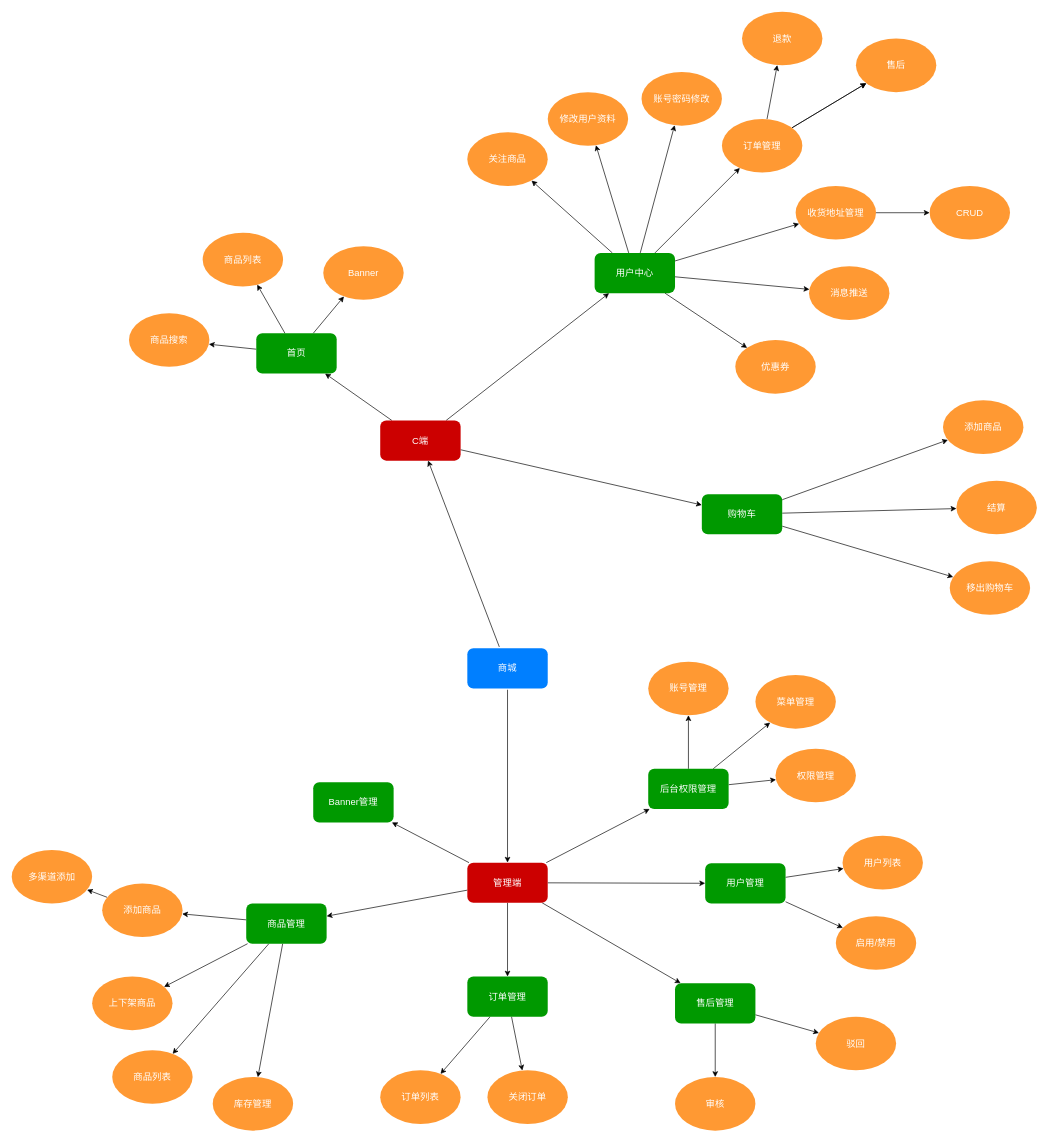
Earlier version of the draw.io diagram 产品功能.drawio (kuangziyang/shop-design). Source tidied: cells renumbered, new cells numbered last; positions are measured from the earlier drawing's top-left corner, leaving out a move shared by most shapes. Both pictures are drawn from the tidied source at 67%, with x=0, y=0 at pixel (11, 11).
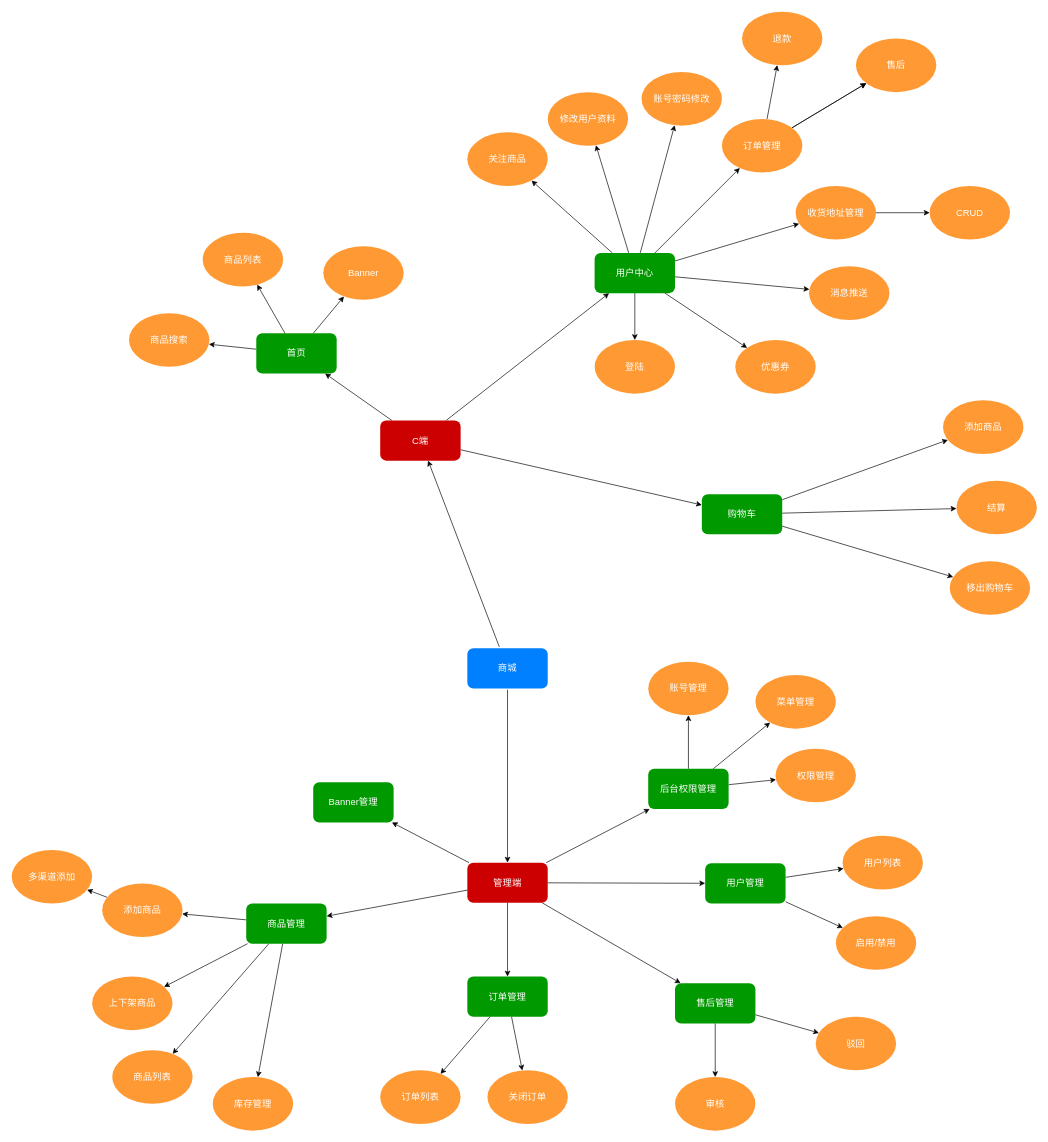
The same page after the edit.

Unchanged cells that the change refers to:
```xml
<mxCell id="29" value="用户中心" style="whiteSpace=wrap;html=1;rounded=1;fontSize=14;fontColor=#FFFFFF;strokeColor=none;strokeWidth=3;fillColor=#009900;" parent="1" vertex="1">
  <mxGeometry x="870" y="360" width="120" height="60" as="geometry" />
</mxCell>
```

The edit, as a diff of the source:
```diff
@@
+    <mxCell id="86" style="edgeStyle=none;rounded=0;jettySize=auto;html=1;" parent="1" edge="1" source="29" target="87">
+      <mxGeometry relative="1" as="geometry" />
+    </mxCell>
@@
+    <mxCell id="87" value="登陆" style="ellipse;whiteSpace=wrap;html=1;rounded=1;fontSize=14;fontColor=#FFFFFF;strokeColor=none;strokeWidth=3;fillColor=#FF9933;" parent="1" vertex="1">
+      <mxGeometry x="870" y="490" width="120" height="80" as="geometry" />
+    </mxCell>
```
